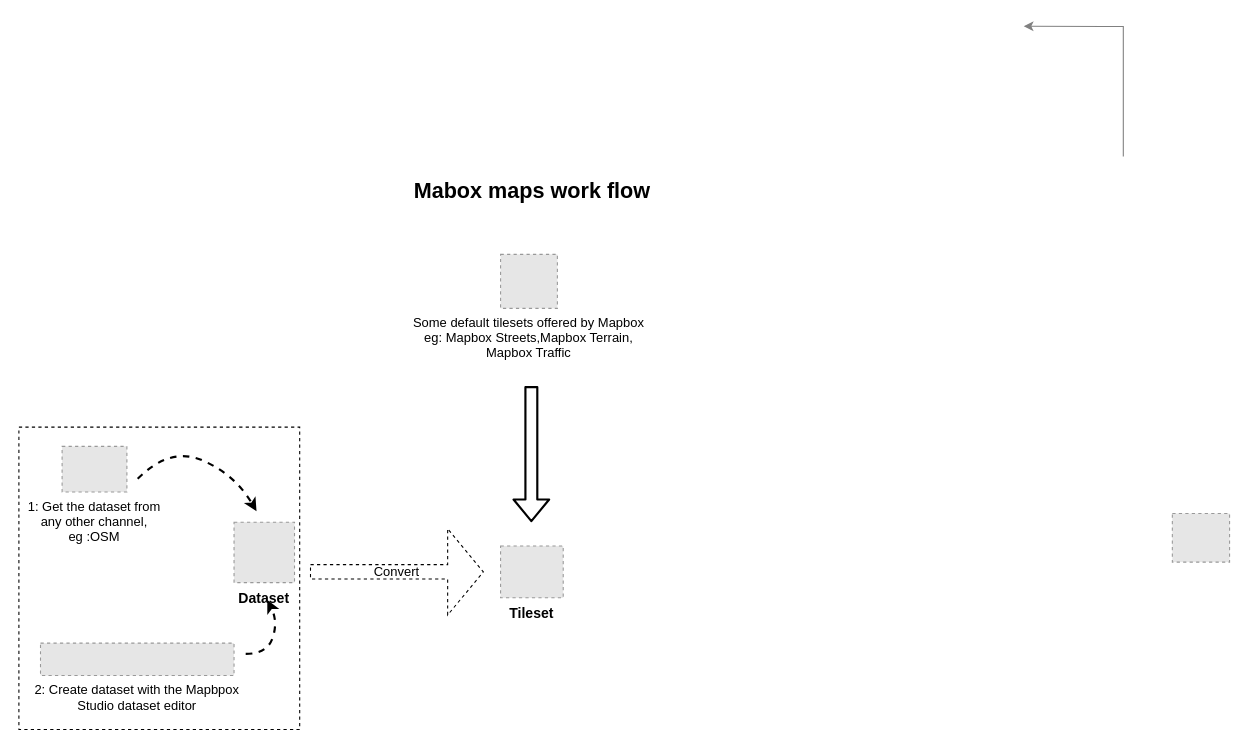
Before: Untitled Diagram.drawio in peytonwupeixin/Draw-IO-Store, a draw.io diagram. Source tidied: cells renumbered, new cells numbered last; positions are measured from the earlier drawing's top-left corner, leaving out a move shared by most shapes. Both pictures are drawn from the tidied source at 108%, with x=0, y=0 at pixel (18, 17). Pictures stored in the file or linked from it are replaced by grey dashed boxes.
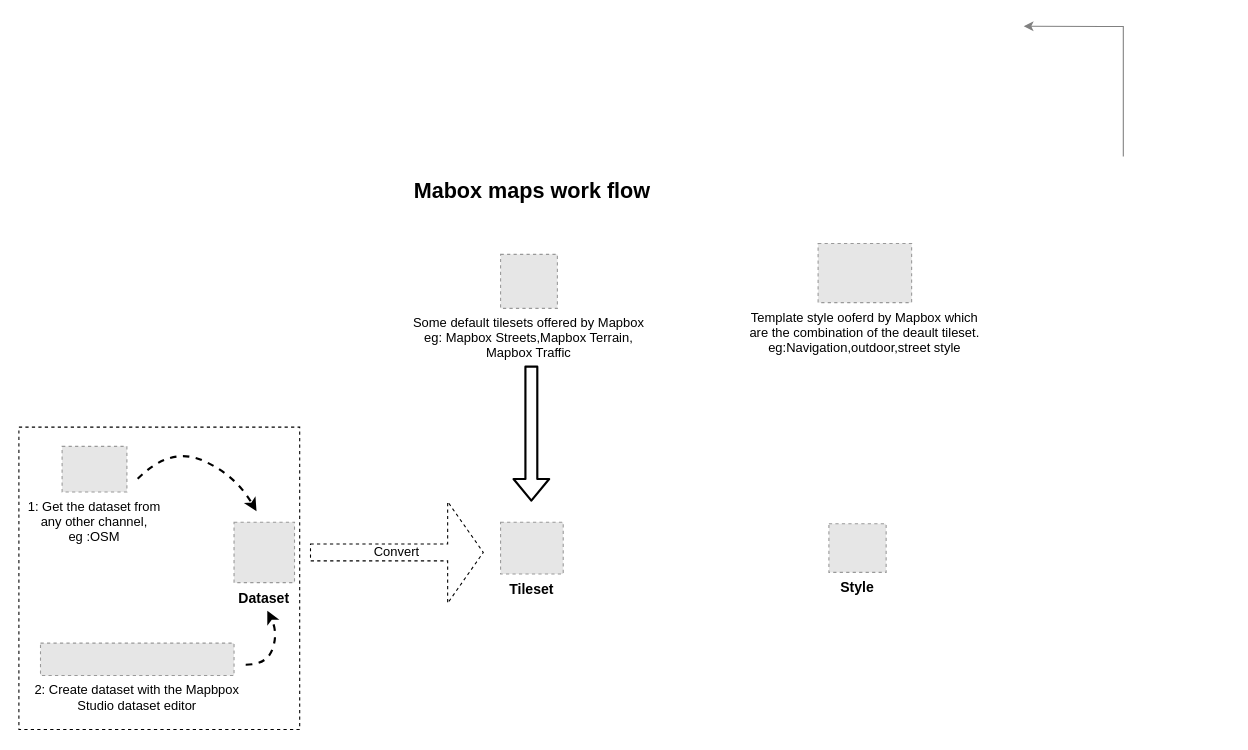
Above is the later version.

The edit, as a diff of the source:
```diff
@@
     <mxCell id="11" value="Tileset" style="fillColor=#E6E6E6;strokeColor=#999999;dashed=1;verticalLabelPosition=bottom;verticalAlign=top;fontStyle=1;fontSize=13;" parent="1" vertex="1">
-      <mxGeometry x="446" y="489" width="58" height="48" as="geometry" />
+      <mxGeometry x="446" y="467" width="58" height="48" as="geometry" />
     </mxCell>
-    <mxCell id="12" style="fillColor=#E6E6E6;strokeColor=#999999;dashed=1;verticalLabelPosition=bottom;verticalAlign=top;" parent="1" vertex="1">
-      <mxGeometry x="1068" y="459" width="53" height="45" as="geometry" />
+    <mxCell id="12" value="Style" style="fillColor=#E6E6E6;strokeColor=#999999;dashed=1;verticalLabelPosition=bottom;verticalAlign=top;fontSize=13;fontStyle=1;" parent="1" vertex="1">
+      <mxGeometry x="750" y="468.5" width="53" height="45" as="geometry" />
     </mxCell>
@@
     <mxCell id="15" value="Convert&lt;br&gt;" style="shape=singleArrow;whiteSpace=wrap;html=1;dashed=1;arrowWidth=0.16666666666666666;arrowSize=0.20625;" parent="1" vertex="1">
-      <mxGeometry x="270" y="473" width="160" height="80" as="geometry" />
+      <mxGeometry x="270" y="448" width="160" height="94" as="geometry" />
     </mxCell>
@@
     <mxCell id="17" style="curved=1;endArrow=classic;html=1;strokeWidth=2;dashed=1;" parent="1" edge="1">
       <mxGeometry relative="1" as="geometry">
-        <mxPoint x="210" y="589" as="sourcePoint" />
-        <mxPoint x="230" y="539" as="targetPoint" />
+        <mxPoint x="210" y="599" as="sourcePoint" />
+        <mxPoint x="230" y="549" as="targetPoint" />
         <Array as="points">
-          <mxPoint x="230" y="589" />
-          <mxPoint x="240" y="559" />
+          <mxPoint x="230" y="599" />
+          <mxPoint x="240" y="569" />
         </Array>
       </mxGeometry>
     </mxCell>
@@
     <mxCell id="19" style="endArrow=classic;html=1;strokeWidth=2;shape=flexArrow;" parent="1" edge="1">
       <mxGeometry relative="1" as="geometry">
-        <mxPoint x="474.5" y="341" as="sourcePoint" />
-        <mxPoint x="474.5" y="467" as="targetPoint" />
+        <mxPoint x="474.5" y="322" as="sourcePoint" />
+        <mxPoint x="474.5" y="448" as="targetPoint" />
       </mxGeometry>
     </mxCell>
@@
+    <mxCell id="22" value="Template style ooferd by Mapbox which &#10;are the combination of the deault tileset.&#10;eg:Navigation,outdoor,street style" style="fillColor=#E6E6E6;strokeColor=#999999;dashed=1;verticalLabelPosition=bottom;labelBackgroundColor=#ffffff;verticalAlign=top;" parent="1" vertex="1">
+      <mxGeometry x="740" y="209" width="86.6" height="54.7" as="geometry" />
+    </mxCell>
```
